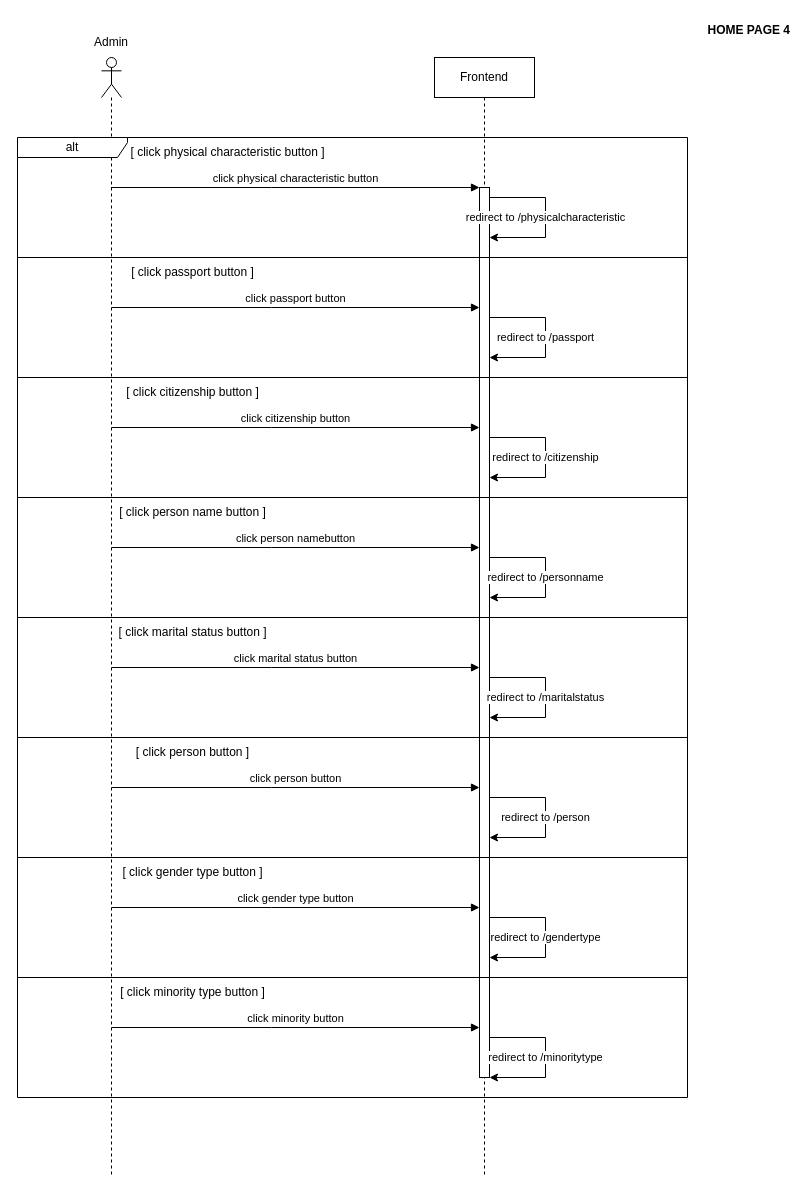
Above: page "6 home page" (7 of 14) of docs/artifact/SequentialDiagram/SequentialDiagram.drawio in ssszZ-TH/party_fullstack_docker3 (draw.io), before the change. Source tidied: cells renumbered, new cells numbered last; positions are measured from the earlier drawing's top-left corner, leaving out a move shared by most shapes. Both pictures are drawn from the tidied source at 100%, with x=0, y=0 at pixel (17, 17).
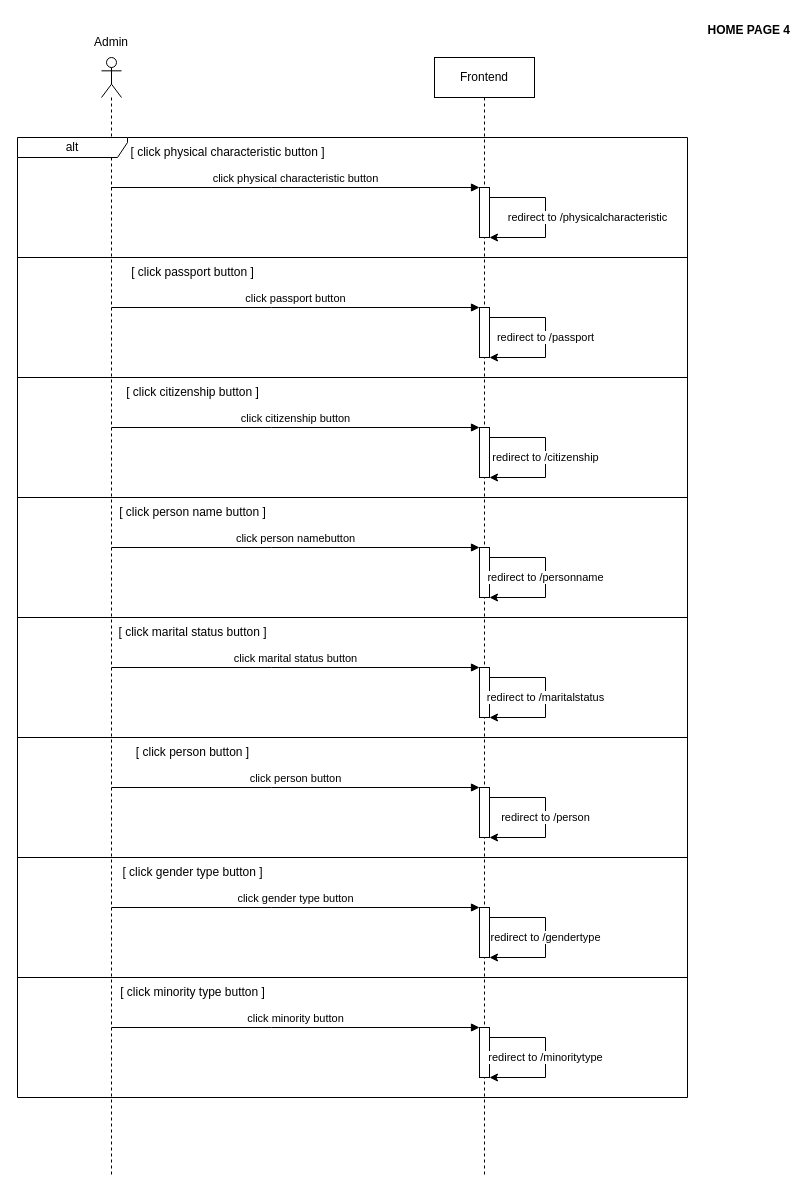
Above is the later version.

Unchanged cells that the change refers to:
```xml
<mxCell id="2" style="shape=umlLifeline;perimeter=lifelinePerimeter;whiteSpace=wrap;html=1;outlineConnect=0;portConstraint=eastwest;newEdgeStyle={&quot;curved&quot;:0,&quot;rounded&quot;:0};participant=umlActor;" parent="1" vertex="1">
  <mxGeometry x="84" y="40" width="20" height="1120" as="geometry" />
</mxCell>
<mxCell id="3" value="Frontend" style="shape=umlLifeline;perimeter=lifelinePerimeter;whiteSpace=wrap;html=1;newEdgeStyle={&quot;curved&quot;:0,&quot;rounded&quot;:0};" parent="1" vertex="1">
  <mxGeometry x="417" y="40" width="100" height="1120" as="geometry" />
</mxCell>
```

What changed in the source:
```diff
@@
-    <mxCell id="4" style="html=1;points=[[0,0,0,0,5],[0,1,0,0,-5],[1,0,0,0,5],[1,1,0,0,-5]];perimeter=orthogonalPerimeter;outlineConnect=0;targetShapes=umlLifeline;portConstraint=eastwest;newEdgeStyle={&quot;curved&quot;:0,&quot;rounded&quot;:0};" parent="3" vertex="1">
-      <mxGeometry x="45" y="130" width="10" height="890" as="geometry" />
-    </mxCell>
     <mxCell id="5" value="redirect to /physicalcharacteristic" style="edgeStyle=orthogonalEdgeStyle;rounded=0;orthogonalLoop=1;jettySize=auto;html=1;curved=0;" parent="3" edge="1">
-      <mxGeometry relative="1" as="geometry">
+      <mxGeometry y="42" relative="1" as="geometry">
         <mxPoint x="55" y="140" as="sourcePoint" />
         <mxPoint x="55" y="180" as="targetPoint" />
         <Array as="points">
           <mxPoint x="111" y="140" />
           <mxPoint x="111" y="180" />
         </Array>
       </mxGeometry>
     </mxCell>
+    <mxCell id="39" style="html=1;perimeter=orthogonalPerimeter;targetShapes=umlLifeline;newEdgeStyle={&quot;curved&quot;:0,&quot;rounded&quot;:0};" parent="3" vertex="1">
+      <mxGeometry x="45" y="130" width="10" height="50" as="geometry" />
+    </mxCell>
+    <mxCell id="40" style="html=1;perimeter=orthogonalPerimeter;targetShapes=umlLifeline;newEdgeStyle={&quot;curved&quot;:0,&quot;rounded&quot;:0};" parent="3" vertex="1">
+      <mxGeometry x="45" y="250" width="10" height="50" as="geometry" />
+    </mxCell>
+    <mxCell id="41" style="html=1;perimeter=orthogonalPerimeter;targetShapes=umlLifeline;newEdgeStyle={&quot;curved&quot;:0,&quot;rounded&quot;:0};" parent="3" vertex="1">
+      <mxGeometry x="45" y="370" width="10" height="50" as="geometry" />
+    </mxCell>
+    <mxCell id="42" style="html=1;perimeter=orthogonalPerimeter;targetShapes=umlLifeline;newEdgeStyle={&quot;curved&quot;:0,&quot;rounded&quot;:0};" parent="3" vertex="1">
+      <mxGeometry x="45" y="490" width="10" height="50" as="geometry" />
+    </mxCell>
+    <mxCell id="43" style="html=1;perimeter=orthogonalPerimeter;targetShapes=umlLifeline;newEdgeStyle={&quot;curved&quot;:0,&quot;rounded&quot;:0};" parent="3" vertex="1">
+      <mxGeometry x="45" y="610" width="10" height="50" as="geometry" />
+    </mxCell>
+    <mxCell id="44" style="html=1;perimeter=orthogonalPerimeter;targetShapes=umlLifeline;newEdgeStyle={&quot;curved&quot;:0,&quot;rounded&quot;:0};" parent="3" vertex="1">
+      <mxGeometry x="45" y="730" width="10" height="50" as="geometry" />
+    </mxCell>
+    <mxCell id="45" style="html=1;perimeter=orthogonalPerimeter;targetShapes=umlLifeline;newEdgeStyle={&quot;curved&quot;:0,&quot;rounded&quot;:0};" parent="3" vertex="1">
+      <mxGeometry x="45" y="850" width="10" height="50" as="geometry" />
+    </mxCell>
+    <mxCell id="46" style="html=1;perimeter=orthogonalPerimeter;targetShapes=umlLifeline;newEdgeStyle={&quot;curved&quot;:0,&quot;rounded&quot;:0};" parent="3" vertex="1">
+      <mxGeometry x="45" y="970" width="10" height="50" as="geometry" />
+    </mxCell>
@@
-    <mxCell id="9" value="click physical characteristic button" style="html=1;verticalAlign=bottom;endArrow=block;curved=0;rounded=0;" parent="1" edge="1" source="2" target="4">
+    <mxCell id="9" value="click physical characteristic button" style="html=1;verticalAlign=bottom;endArrow=block;curved=0;rounded=0;" parent="1" edge="1" source="2">
       <mxGeometry relative="1" as="geometry">
+        <mxPoint x="462" y="170" as="targetPoint" />
         <Array as="points">
           <mxPoint x="254" y="170" />
         </Array>
       </mxGeometry>
     </mxCell>
```
